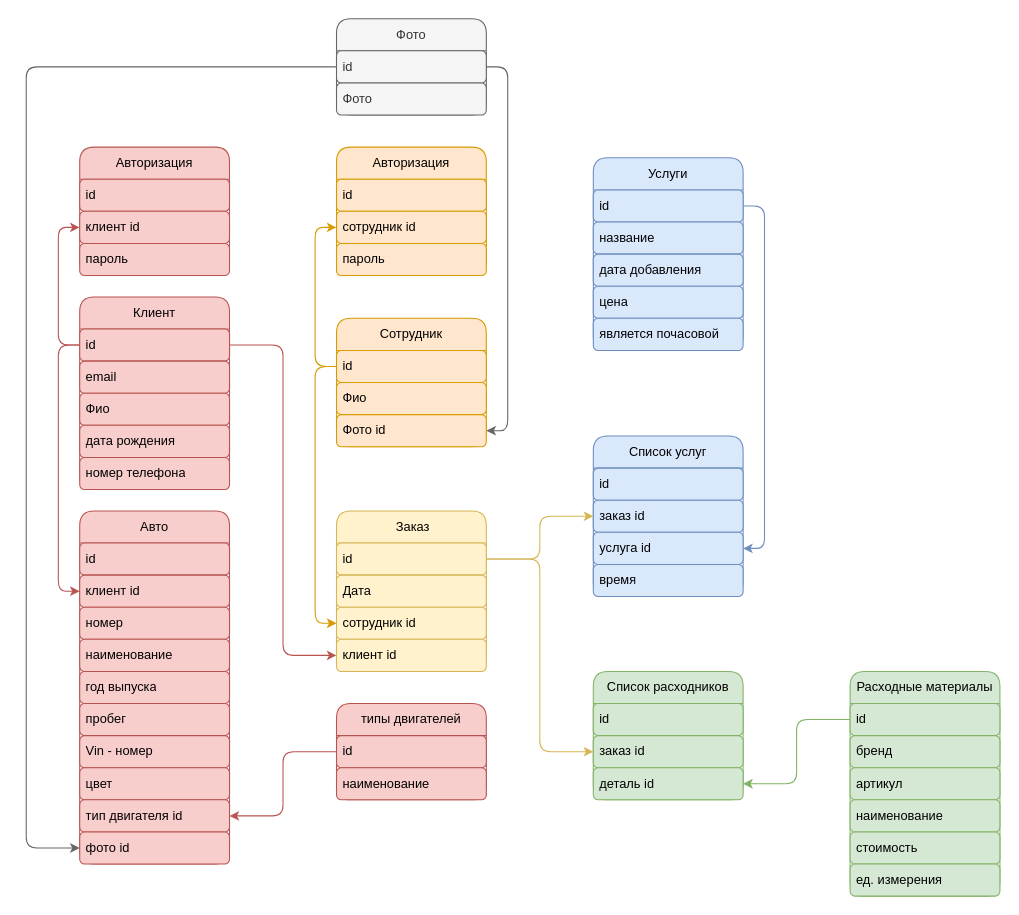
Earlier version of the draw.io diagram Schemes/Логическая модель БД.drawio (Citizen-code/CourseWork). Source tidied: cells renumbered, new cells numbered last; positions are measured from the earlier drawing's top-left corner, leaving out a move shared by most shapes. Both pictures are drawn from the tidied source at 107%, with x=0, y=0 at pixel (26, 18).
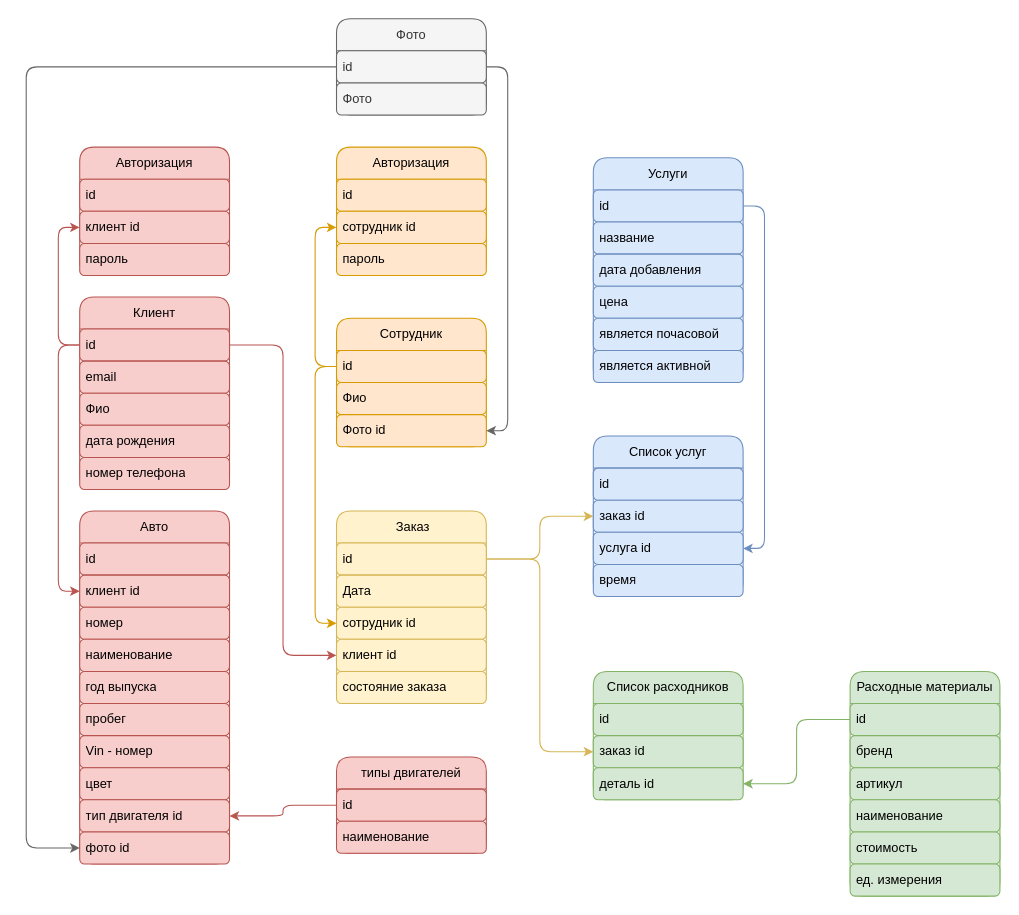
The same page after the edit.

The edit, as a diff of the source:
```diff
@@
     <mxCell id="27" value="&amp;nbsp;Заказ" style="swimlane;fontStyle=0;horizontal=1;startSize=30;whiteSpace=wrap;html=1;fillColor=#fff2cc;strokeColor=#d6b656;shadow=0;rounded=1;" parent="1" vertex="1">
-      <mxGeometry x="290" y="460" width="140" height="150" as="geometry" />
+      <mxGeometry x="290" y="460" width="140" height="180" as="geometry" />
     </mxCell>
@@
+    <mxCell id="77" value="состояние заказа" style="text;strokeColor=#d6b656;fillColor=#fff2cc;align=left;verticalAlign=middle;spacingLeft=4;spacingRight=4;overflow=hidden;whiteSpace=wrap;html=1;shadow=0;rounded=1;" parent="27" vertex="1">
+      <mxGeometry y="150" width="140" height="30" as="geometry" />
+    </mxCell>
     <mxCell id="32" value="Услуги" style="swimlane;fontStyle=0;horizontal=1;startSize=30;whiteSpace=wrap;html=1;fillColor=#dae8fc;strokeColor=#6c8ebf;shadow=0;rounded=1;" parent="1" vertex="1">
-      <mxGeometry x="530" y="130" width="140" height="180" as="geometry" />
+      <mxGeometry x="530" y="130" width="140" height="210" as="geometry" />
     </mxCell>
@@
+    <mxCell id="78" value="является активной" style="text;strokeColor=#6c8ebf;fillColor=#dae8fc;align=left;verticalAlign=middle;spacingLeft=4;spacingRight=4;overflow=hidden;whiteSpace=wrap;html=1;shadow=0;rounded=1;" parent="32" vertex="1">
+      <mxGeometry y="180" width="140" height="30" as="geometry" />
+    </mxCell>
@@
     <mxCell id="54" value="типы двигателей" style="swimlane;fontStyle=0;horizontal=1;startSize=30;whiteSpace=wrap;html=1;fillColor=#f8cecc;strokeColor=#b85450;shadow=0;rounded=1;" parent="1" vertex="1">
-      <mxGeometry x="290" y="640" width="140" height="90" as="geometry" />
+      <mxGeometry x="290" y="690" width="140" height="90" as="geometry" />
     </mxCell>
```
